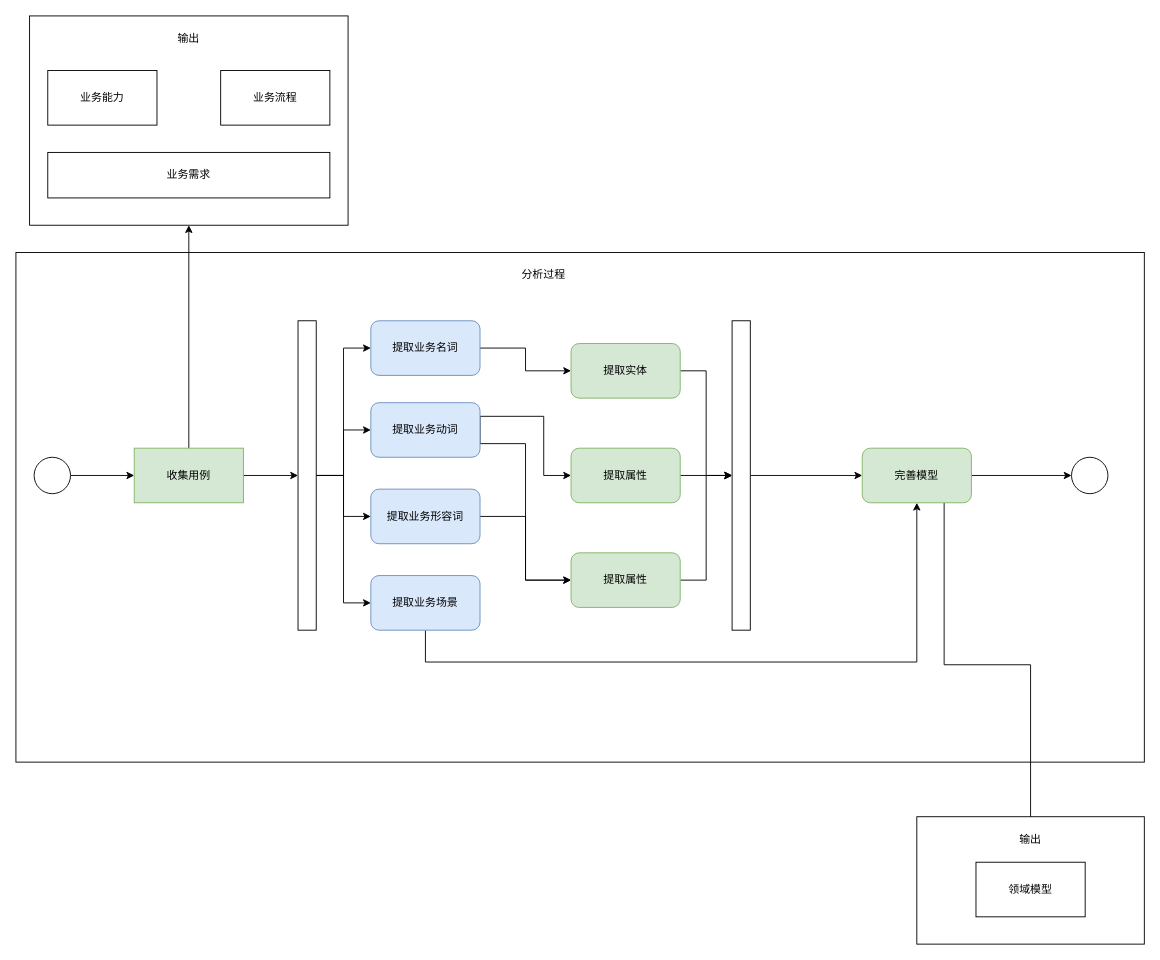
Above: mspaint/DDD.drawio in D1isney/notes (draw.io), before the change. Source tidied: cells renumbered, new cells numbered last; positions are measured from the earlier drawing's top-left corner, leaving out a move shared by most shapes. Both pictures are drawn from the tidied source at 91%, with x=0, y=0 at pixel (15, 15).
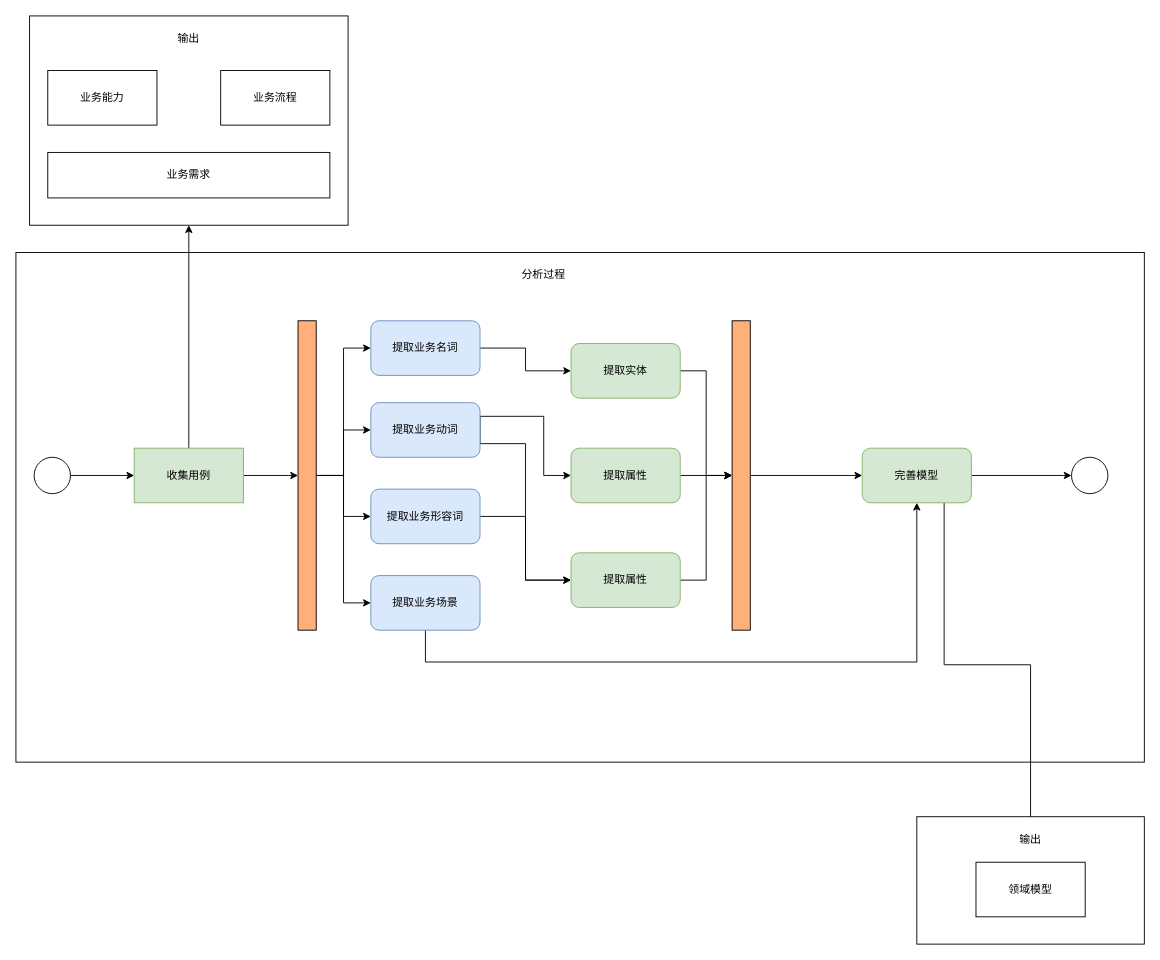
Above is the later version.

Diff of the diagram source:
```diff
@@
-    <mxCell id="17" style="rounded=0;whiteSpace=wrap;html=1;" parent="1" vertex="1">
+    <mxCell id="17" style="rounded=0;whiteSpace=wrap;html=1;fillColor=#FFAF7A;" parent="1" vertex="1">
       <mxGeometry x="310" y="335" width="20" height="340" as="geometry" />
     </mxCell>
@@
-    <mxCell id="34" style="rounded=0;whiteSpace=wrap;html=1;" parent="1" vertex="1">
+    <mxCell id="34" style="rounded=0;whiteSpace=wrap;html=1;fillColor=#FFAF7A;" parent="1" vertex="1">
       <mxGeometry x="787" y="335" width="20" height="340" as="geometry" />
     </mxCell>
```
